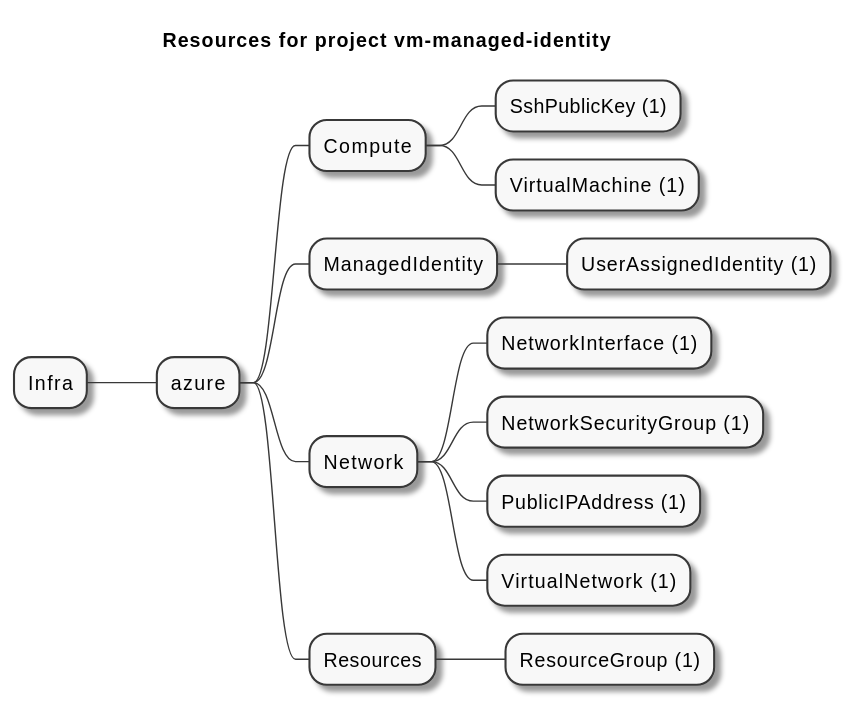
Above: examples/azure/Compute/vm-managed-identity/artifacts/resources-mindmap.svg in grucloud/grucloud (PlantUML), before the change.
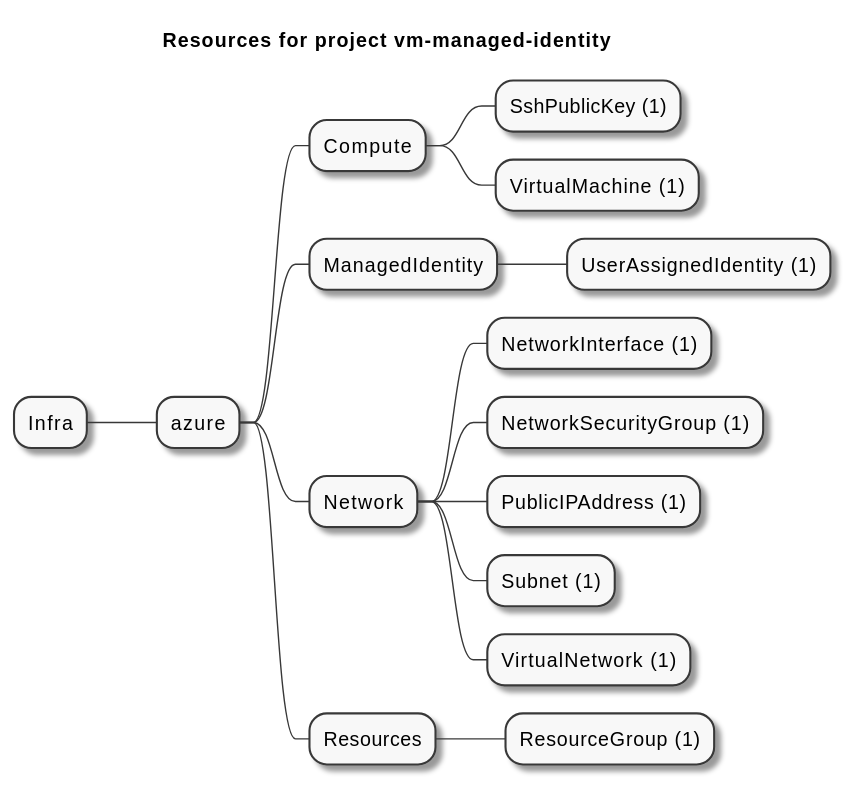
Later version of the same file.

Diff of the diagram source:
```diff
@@ -12,6 +12,7 @@
 ++++ NetworkInterface (1)
 ++++ NetworkSecurityGroup (1)
 ++++ PublicIPAddress (1)
+++++ Subnet (1)
 ++++ VirtualNetwork (1)
 +++ Resources
 ++++ ResourceGroup (1)
```
